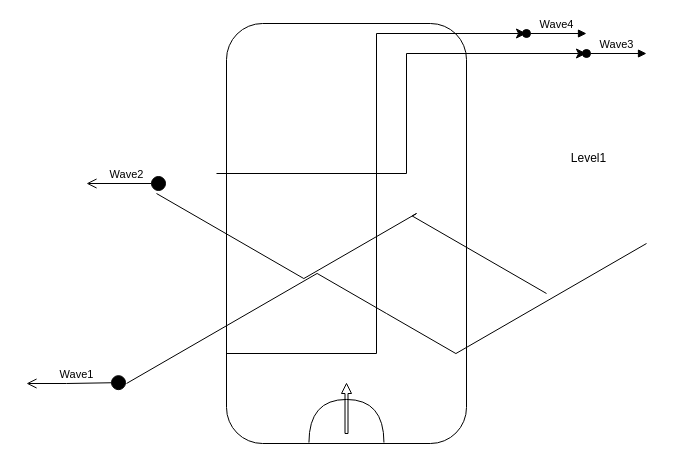
Above: Başlıksız Diyagram.drawio in alkaya46/graphql (draw.io), before the change. Source tidied: cells renumbered, new cells numbered last; positions are measured from the earlier drawing's top-left corner, leaving out a move shared by most shapes. Both pictures are drawn from the tidied source at 100%, with x=0, y=0 at pixel (26, 23).
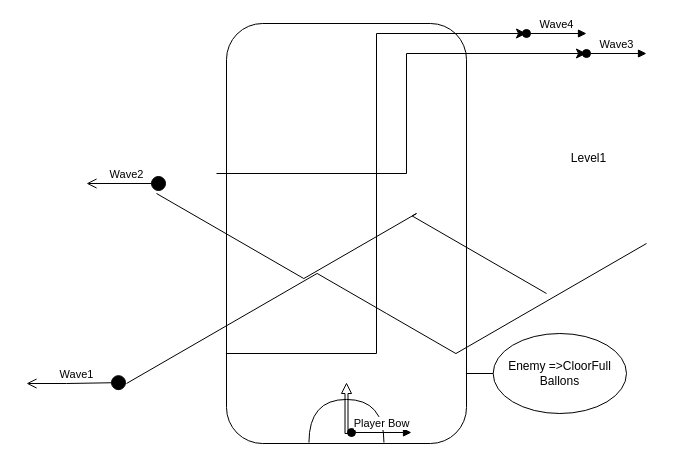
After the change.

Diff of the diagram source:
```diff
@@
+    <mxCell id="14" value="Player Bow" style="html=1;verticalAlign=bottom;startArrow=oval;startFill=1;endArrow=block;startSize=8;rounded=0;" parent="1" edge="1">
+      <mxGeometry relative="1" as="geometry">
+        <mxPoint x="325" y="409" as="sourcePoint" />
+        <mxPoint x="385" y="409" as="targetPoint" />
+      </mxGeometry>
+    </mxCell>
+    <mxCell id="15" value="Enemy =&amp;gt;CloorFull Ballons" style="shape=umlBoundary;whiteSpace=wrap;html=1;strokeColor=default;fillColor=none;" parent="1" vertex="1">
+      <mxGeometry x="440" y="310" width="160" height="80" as="geometry" />
+    </mxCell>
```
